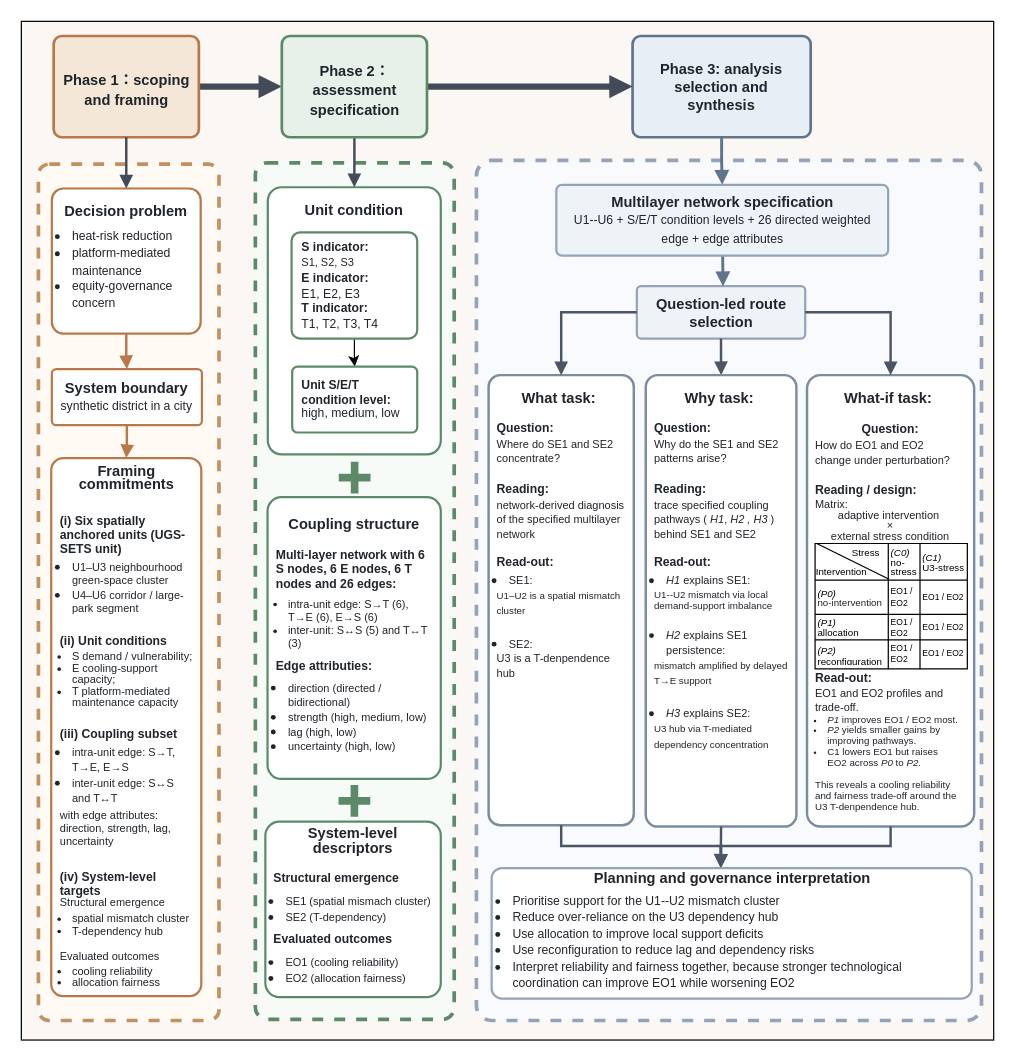
Before: section6.drawio in ZixuanLi317/iodraw-files, a draw.io diagram. Source tidied: cells renumbered, new cells numbered last; positions are measured from the earlier drawing's top-left corner, leaving out a move shared by most shapes. Both pictures are drawn from the tidied source at 122%, with x=0, y=0 at pixel (21, 21).
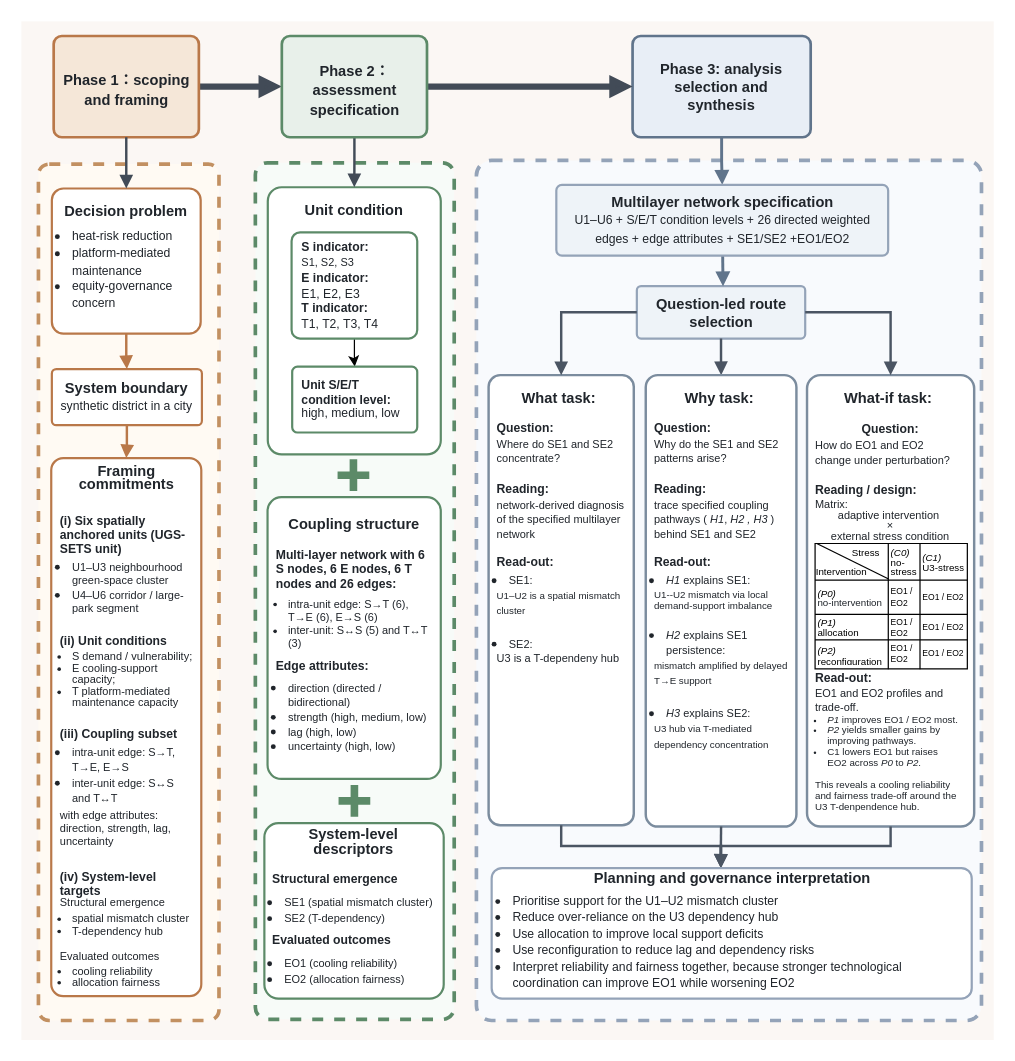
The same diagram, later.

The edit, as a diff of the source:
```diff
@@
-    <mxCell id="2" style="whiteSpace=wrap;html=1;fillColor=#fbf7f4;strokeColor=#000000;strokeWidth=1;fontSize=16;fontColor=#20252b;fontStyle=0;fontFamily=Helvetica;align=center;verticalAlign=middle;spacing=8;rounded=0;" parent="1" vertex="1">
+    <mxCell id="2" style="whiteSpace=wrap;html=1;fillColor=#fbf7f4;strokeColor=none;strokeWidth=1;fontSize=16;fontColor=#20252b;fontStyle=0;fontFamily=Helvetica;align=center;verticalAlign=middle;spacing=8;rounded=0;" parent="1" vertex="1">
       <mxGeometry width="797" height="835" as="geometry" />
     </mxCell>
@@
-    <mxCell id="14" value="&lt;div style=&quot;line-height: 100%;&quot;&gt;&lt;div style=&quot;margin-bottom: 0px;&quot;&gt;&lt;b&gt;Coupling structure&lt;/b&gt;&lt;/div&gt;&lt;div style=&quot;margin-bottom: 0px;&quot;&gt;&lt;b&gt;&lt;br&gt;&lt;/b&gt;&lt;div style=&quot;text-align: left; margin-bottom: 6px;&quot;&gt;&lt;span style=&quot;font-size: 10px; background-color: transparent; color: light-dark(rgb(32, 37, 43), rgb(201, 206, 211)); line-height: 100%;&quot;&gt;&lt;b&gt;Multi-layer network with 6 S nodes, 6 E nodes, 6 T nodes and 26 edges:&lt;/b&gt;&lt;/span&gt;&lt;/div&gt;&lt;font style=&quot;line-height: 100%; font-size: 9px;&quot;&gt;&lt;div style=&quot;text-align: left;&quot;&gt;&lt;ul style=&quot;padding-left: 10px; margin-top: 6px; margin-bottom: 6px; line-height: 120%;&quot;&gt;&lt;li style=&quot;&quot;&gt;&lt;span style=&quot;background-color: transparent; color: light-dark(rgb(32, 37, 43), rgb(201, 206, 211));&quot;&gt;intra-unit edge: S→T (6), T→E (6), E→S (6)&lt;/span&gt;&lt;/li&gt;&lt;li style=&quot;&quot;&gt;&lt;span style=&quot;background-color: transparent; color: light-dark(rgb(32, 37, 43), rgb(201, 206, 211));&quot;&gt;inter-unit: S↔S (5) and T↔T (3)&lt;/span&gt;&lt;/li&gt;&lt;/ul&gt;&lt;/div&gt;&lt;/font&gt;&lt;/div&gt;&lt;div style=&quot;text-align: left;&quot;&gt;&lt;font style=&quot;font-size: 10px; line-height: 100%;&quot;&gt;&lt;b&gt;Edge attributies:&lt;/b&gt;&lt;/font&gt;&lt;/div&gt;&lt;div style=&quot;text-align: left;&quot;&gt;&lt;ul style=&quot;padding-left: 10px; margin-top: 6px; margin-bottom: 6px;&quot;&gt;&lt;li&gt;&lt;font style=&quot;line-height: 100%; font-size: 9px;&quot;&gt;direction (directed / bidirectional)&lt;/font&gt;&lt;/li&gt;&lt;li&gt;&lt;font style=&quot;line-height: 100%; font-size: 9px;&quot;&gt;&lt;font&gt;strength (&lt;/font&gt;&lt;span style=&quot;background-color: transparent; color: light-dark(rgb(32, 37, 43), rgb(201, 206, 211));&quot;&gt;high, medium, low&lt;/span&gt;&lt;span style=&quot;background-color: transparent; color: light-dark(rgb(32, 37, 43), rgb(201, 206, 211));&quot;&gt;)&lt;/span&gt;&lt;/font&gt;&lt;/li&gt;&lt;li&gt;&lt;font style=&quot;line-height: 100%; font-size: 9px;&quot;&gt;&lt;font&gt;lag (&lt;/font&gt;&lt;span style=&quot;background-color: transparent; color: light-dark(rgb(32, 37, 43), rgb(201, 206, 211));&quot;&gt;high, low&lt;/span&gt;&lt;span style=&quot;background-color: transparent; color: light-dark(rgb(32, 37, 43), rgb(201, 206, 211));&quot;&gt;)&lt;/span&gt;&lt;/font&gt;&lt;/li&gt;&lt;li&gt;&lt;font style=&quot;line-height: 100%; font-size: 9px;&quot;&gt;&lt;font style=&quot;&quot;&gt;uncertainty (&lt;/font&gt;&lt;span style=&quot;background-color: transparent; color: light-dark(rgb(32, 37, 43), rgb(201, 206, 211));&quot;&gt;high, low&lt;/span&gt;&lt;span style=&quot;background-color: transparent; color: light-dark(rgb(32, 37, 43), rgb(201, 206, 211));&quot;&gt;)&lt;/span&gt;&lt;/font&gt;&lt;/li&gt;&lt;/ul&gt;&lt;/div&gt;&lt;/div&gt;" style="whiteSpace=wrap;html=1;fillColor=#ffffff;strokeColor=#5c8a68;strokeWidth=1.8;fontSize=12;fontColor=#20252b;fontStyle=0;fontFamily=Helvetica;align=center;verticalAlign=middle;spacing=8;rounded=1;arcSize=8;" parent="1" vertex="1">
+    <mxCell id="14" value="&lt;div style=&quot;line-height: 100%;&quot;&gt;&lt;div style=&quot;margin-bottom: 0px;&quot;&gt;&lt;b&gt;Coupling structure&lt;/b&gt;&lt;/div&gt;&lt;div style=&quot;margin-bottom: 0px;&quot;&gt;&lt;b&gt;&lt;br&gt;&lt;/b&gt;&lt;div style=&quot;text-align: left; margin-bottom: 6px;&quot;&gt;&lt;span style=&quot;font-size: 10px; background-color: transparent; color: light-dark(rgb(32, 37, 43), rgb(201, 206, 211)); line-height: 100%;&quot;&gt;&lt;b&gt;Multi-layer network with 6 S nodes, 6 E nodes, 6 T nodes and 26 edges:&lt;/b&gt;&lt;/span&gt;&lt;/div&gt;&lt;font style=&quot;line-height: 100%; font-size: 9px;&quot;&gt;&lt;div style=&quot;text-align: left;&quot;&gt;&lt;ul style=&quot;padding-left: 10px; margin-top: 6px; margin-bottom: 6px; line-height: 120%;&quot;&gt;&lt;li style=&quot;&quot;&gt;&lt;span style=&quot;background-color: transparent; color: light-dark(rgb(32, 37, 43), rgb(201, 206, 211));&quot;&gt;intra-unit edge: S→T (6), T→E (6), E→S (6)&lt;/span&gt;&lt;/li&gt;&lt;li style=&quot;&quot;&gt;&lt;span style=&quot;background-color: transparent; color: light-dark(rgb(32, 37, 43), rgb(201, 206, 211));&quot;&gt;inter-unit: S↔S (5) and T↔T (3)&lt;/span&gt;&lt;/li&gt;&lt;/ul&gt;&lt;/div&gt;&lt;/font&gt;&lt;/div&gt;&lt;div style=&quot;text-align: left;&quot;&gt;&lt;font style=&quot;font-size: 10px; line-height: 100%;&quot;&gt;&lt;b&gt;Edge attributes:&lt;/b&gt;&lt;/font&gt;&lt;/div&gt;&lt;div style=&quot;text-align: left;&quot;&gt;&lt;ul style=&quot;padding-left: 10px; margin-top: 6px; margin-bottom: 6px;&quot;&gt;&lt;li&gt;&lt;font style=&quot;line-height: 100%; font-size: 9px;&quot;&gt;direction (directed / bidirectional)&lt;/font&gt;&lt;/li&gt;&lt;li&gt;&lt;font style=&quot;line-height: 100%; font-size: 9px;&quot;&gt;&lt;font&gt;strength (&lt;/font&gt;&lt;span style=&quot;background-color: transparent; color: light-dark(rgb(32, 37, 43), rgb(201, 206, 211));&quot;&gt;high, medium, low&lt;/span&gt;&lt;span style=&quot;background-color: transparent; color: light-dark(rgb(32, 37, 43), rgb(201, 206, 211));&quot;&gt;)&lt;/span&gt;&lt;/font&gt;&lt;/li&gt;&lt;li&gt;&lt;font style=&quot;line-height: 100%; font-size: 9px;&quot;&gt;&lt;font&gt;lag (&lt;/font&gt;&lt;span style=&quot;background-color: transparent; color: light-dark(rgb(32, 37, 43), rgb(201, 206, 211));&quot;&gt;high, low&lt;/span&gt;&lt;span style=&quot;background-color: transparent; color: light-dark(rgb(32, 37, 43), rgb(201, 206, 211));&quot;&gt;)&lt;/span&gt;&lt;/font&gt;&lt;/li&gt;&lt;li&gt;&lt;font style=&quot;line-height: 100%; font-size: 9px;&quot;&gt;&lt;font style=&quot;&quot;&gt;uncertainty (&lt;/font&gt;&lt;span style=&quot;background-color: transparent; color: light-dark(rgb(32, 37, 43), rgb(201, 206, 211));&quot;&gt;high, low&lt;/span&gt;&lt;span style=&quot;background-color: transparent; color: light-dark(rgb(32, 37, 43), rgb(201, 206, 211));&quot;&gt;)&lt;/span&gt;&lt;/font&gt;&lt;/li&gt;&lt;/ul&gt;&lt;/div&gt;&lt;/div&gt;" style="whiteSpace=wrap;html=1;fillColor=#ffffff;strokeColor=#5c8a68;strokeWidth=1.8;fontSize=12;fontColor=#20252b;fontStyle=0;fontFamily=Helvetica;align=center;verticalAlign=middle;spacing=8;rounded=1;arcSize=8;" parent="1" vertex="1">
       <mxGeometry x="201.8" y="390" width="142" height="231" as="geometry" />
     </mxCell>
@@
-    <mxCell id="19" value="&lt;div style=&quot;line-height: 100%;&quot;&gt;&lt;div style=&quot;margin-bottom: 0px;&quot;&gt;&lt;b&gt;System-level descriptors&lt;/b&gt;&lt;/div&gt;&lt;div style=&quot;margin-bottom: 0px;&quot;&gt;&lt;b&gt;&lt;br&gt;&lt;/b&gt;&lt;div style=&quot;text-align: left; margin-bottom: 6px;&quot;&gt;&lt;div&gt;&lt;span style=&quot;font-size: 10px; background-color: transparent; color: light-dark(rgb(32, 37, 43), rgb(201, 206, 211));&quot;&gt;&lt;b&gt;Structural emergence&lt;/b&gt;&lt;/span&gt;&lt;/div&gt;&lt;div&gt;&lt;ul style=&quot;padding-left: 10px; margin-right: 0px; margin-top: 6px; margin-bottom: 6px;&quot;&gt;&lt;li&gt;&lt;span style=&quot;background-color: transparent; color: light-dark(rgb(32, 37, 43), rgb(201, 206, 211));&quot;&gt;&lt;font style=&quot;font-size: 9px;&quot;&gt;SE1 (spatial mismach cluster)&lt;/font&gt;&lt;/span&gt;&lt;/li&gt;&lt;li&gt;&lt;font style=&quot;font-size: 9px;&quot;&gt;SE2 (T-dependency)&lt;/font&gt;&lt;/li&gt;&lt;/ul&gt;&lt;/div&gt;&lt;font style=&quot;text-align: center;&quot;&gt;&lt;div style=&quot;font-size: 10px; text-align: left;&quot;&gt;&lt;span style=&quot;background-color: transparent; color: light-dark(rgb(32, 37, 43), rgb(201, 206, 211));&quot;&gt;&lt;b&gt;Evaluated outcomes&lt;/b&gt;&lt;/span&gt;&lt;/div&gt;&lt;div style=&quot;text-align: left;&quot;&gt;&lt;ul style=&quot;padding-left: 10px; margin-top: 6px; margin-bottom: 6px;&quot;&gt;&lt;li style=&quot;&quot;&gt;&lt;font style=&quot;font-size: 9px;&quot;&gt;EO1 (cooling reliability)&lt;/font&gt;&lt;/li&gt;&lt;li style=&quot;&quot;&gt;&lt;span style=&quot;background-color: transparent; color: light-dark(rgb(32, 37, 43), rgb(201, 206, 211));&quot;&gt;&lt;font style=&quot;font-size: 9px;&quot;&gt;EO2 (allocation fairness)&lt;/font&gt;&lt;/span&gt;&lt;/li&gt;&lt;/ul&gt;&lt;/div&gt;&lt;/font&gt;&lt;/div&gt;&lt;/div&gt;&lt;/div&gt;" style="whiteSpace=wrap;html=1;fillColor=#ffffff;strokeColor=#5c8a68;strokeWidth=1.8;fontSize=12;fontColor=#20252b;fontStyle=0;fontFamily=Helvetica;align=center;verticalAlign=middle;spacing=8;rounded=1;arcSize=8;" parent="1" vertex="1">
-      <mxGeometry x="200" y="656" width="143.8" height="143.8" as="geometry" />
+    <mxCell id="19" value="&lt;div style=&quot;line-height: 100%;&quot;&gt;&lt;div style=&quot;margin-bottom: 0px;&quot;&gt;&lt;b&gt;System-level descriptors&lt;/b&gt;&lt;/div&gt;&lt;div style=&quot;margin-bottom: 0px;&quot;&gt;&lt;b&gt;&lt;br&gt;&lt;/b&gt;&lt;div style=&quot;text-align: left; margin-bottom: 6px;&quot;&gt;&lt;div&gt;&lt;span style=&quot;font-size: 10px; background-color: transparent; color: light-dark(rgb(32, 37, 43), rgb(201, 206, 211));&quot;&gt;&lt;b&gt;Structural emergence&lt;/b&gt;&lt;/span&gt;&lt;/div&gt;&lt;div&gt;&lt;ul style=&quot;padding-left: 10px; margin-right: 0px; margin-top: 6px; margin-bottom: 6px;&quot;&gt;&lt;li&gt;&lt;span style=&quot;background-color: transparent; color: light-dark(rgb(32, 37, 43), rgb(201, 206, 211));&quot;&gt;&lt;font style=&quot;font-size: 9px;&quot;&gt;SE1 (spatial mismatch cluster)&lt;/font&gt;&lt;/span&gt;&lt;/li&gt;&lt;li&gt;&lt;font style=&quot;font-size: 9px;&quot;&gt;SE2 (T-dependency)&lt;/font&gt;&lt;/li&gt;&lt;/ul&gt;&lt;/div&gt;&lt;font style=&quot;text-align: center;&quot;&gt;&lt;div style=&quot;font-size: 10px; text-align: left;&quot;&gt;&lt;span style=&quot;background-color: transparent; color: light-dark(rgb(32, 37, 43), rgb(201, 206, 211));&quot;&gt;&lt;b&gt;Evaluated outcomes&lt;/b&gt;&lt;/span&gt;&lt;/div&gt;&lt;div style=&quot;text-align: left;&quot;&gt;&lt;ul style=&quot;padding-left: 10px; margin-top: 6px; margin-bottom: 6px;&quot;&gt;&lt;li style=&quot;&quot;&gt;&lt;font style=&quot;font-size: 9px;&quot;&gt;EO1 (cooling reliability)&lt;/font&gt;&lt;/li&gt;&lt;li style=&quot;&quot;&gt;&lt;span style=&quot;background-color: transparent; color: light-dark(rgb(32, 37, 43), rgb(201, 206, 211));&quot;&gt;&lt;font style=&quot;font-size: 9px;&quot;&gt;EO2 (allocation fairness)&lt;/font&gt;&lt;/span&gt;&lt;/li&gt;&lt;/ul&gt;&lt;/div&gt;&lt;/font&gt;&lt;/div&gt;&lt;/div&gt;&lt;/div&gt;" style="whiteSpace=wrap;html=1;fillColor=#ffffff;strokeColor=#5c8a68;strokeWidth=1.8;fontSize=12;fontColor=#20252b;fontStyle=0;fontFamily=Helvetica;align=center;verticalAlign=middle;spacing=8;rounded=1;arcSize=8;" parent="1" vertex="1">
+      <mxGeometry x="199.2" y="657.2" width="147" height="143.8" as="geometry" />
     </mxCell>
@@
-    <mxCell id="24" value="&lt;div style=&quot;line-height: 102%;&quot;&gt;&lt;b&gt;What task:&amp;nbsp;&lt;/b&gt;&lt;br&gt;&lt;div style=&quot;text-align: left;&quot;&gt;&lt;br&gt;&lt;/div&gt;&lt;div style=&quot;text-align: left;&quot;&gt;&lt;b style=&quot;font-size: 10px; background-color: transparent; color: light-dark(rgb(32, 37, 43), rgb(201, 206, 211)); line-height: 102%;&quot;&gt;Question:&lt;/b&gt;&lt;/div&gt;&lt;div style=&quot;text-align: left;&quot;&gt;&lt;font style=&quot;font-size: 9px; line-height: 102%;&quot;&gt;Where do SE1 and SE2 concentrate?&lt;/font&gt;&lt;/div&gt;&lt;font&gt;&lt;div style=&quot;text-align: left;&quot;&gt;&lt;b style=&quot;font-size: 10px; background-color: transparent; color: light-dark(rgb(32, 37, 43), rgb(201, 206, 211));&quot;&gt;&lt;br&gt;&lt;/b&gt;&lt;/div&gt;&lt;div style=&quot;text-align: left;&quot;&gt;&lt;b style=&quot;font-size: 10px; background-color: transparent; color: light-dark(rgb(32, 37, 43), rgb(201, 206, 211)); line-height: 102%;&quot;&gt;Reading:&lt;/b&gt;&lt;span style=&quot;font-size: 10px; background-color: transparent; color: light-dark(rgb(32, 37, 43), rgb(201, 206, 211)); line-height: 102%;&quot;&gt;&amp;nbsp;&lt;/span&gt;&lt;/div&gt;&lt;div style=&quot;text-align: left;&quot;&gt;&lt;div&gt;&lt;font style=&quot;font-size: 9px; line-height: 102%;&quot;&gt;network-derived diagnosis&lt;/font&gt;&lt;/div&gt;&lt;div&gt;&lt;font style=&quot;font-size: 9px; line-height: 102%;&quot;&gt;of the specified multilayer network&lt;/font&gt;&lt;/div&gt;&lt;/div&gt;&lt;div style=&quot;font-size: 10px; text-align: left;&quot;&gt;&lt;b&gt;&lt;br&gt;&lt;/b&gt;&lt;/div&gt;&lt;div style=&quot;font-size: 10px; text-align: left; line-height: 102%;&quot;&gt;&lt;b&gt;Read-out:&amp;nbsp;&lt;/b&gt;&lt;/div&gt;&lt;div&gt;&lt;ul style=&quot;padding-left: 10px; margin-top: 3px; margin-bottom: 0px;&quot;&gt;&lt;li style=&quot;text-align: left;&quot;&gt;&lt;font style=&quot;font-size: 9px; line-height: 102%;&quot;&gt;SE1:&lt;/font&gt;&lt;span style=&quot;font-size: 10px; line-height: 102%;&quot;&gt;&amp;nbsp;&lt;/span&gt;&lt;/li&gt;&lt;/ul&gt;&lt;span style=&quot;background-color: transparent; color: light-dark(rgb(32, 37, 43), rgb(201, 206, 211));&quot;&gt;&lt;div style=&quot;text-align: left;&quot;&gt;&lt;span style=&quot;background-color: transparent; color: light-dark(rgb(32, 37, 43), rgb(201, 206, 211));&quot;&gt;&lt;font style=&quot;line-height: 102%; font-size: 8px;&quot;&gt;U1–U2 is a spatial mismatch cluster&lt;/font&gt;&lt;/span&gt;&lt;/div&gt;&lt;div style=&quot;font-size: 10px; text-align: left;&quot;&gt;&lt;span style=&quot;background-color: transparent; color: light-dark(rgb(32, 37, 43), rgb(201, 206, 211)); line-height: 92%;&quot;&gt;&lt;br&gt;&lt;/span&gt;&lt;/div&gt;&lt;/span&gt;&lt;ul style=&quot;padding-left: 10px; margin-top: 3px; margin-bottom: 0px;&quot;&gt;&lt;li style=&quot;text-align: left;&quot;&gt;&lt;font style=&quot;font-size: 9px; line-height: 102%;&quot;&gt;SE2:&amp;nbsp;&lt;/font&gt;&lt;/li&gt;&lt;/ul&gt;&lt;span style=&quot;background-color: transparent; color: light-dark(rgb(32, 37, 43), rgb(201, 206, 211));&quot;&gt;&lt;div style=&quot;text-align: left;&quot;&gt;&lt;span style=&quot;background-color: transparent; color: light-dark(rgb(32, 37, 43), rgb(201, 206, 211));&quot;&gt;&lt;font style=&quot;font-size: 9px; line-height: 102%;&quot;&gt;U3 is a T-denpendence hub&lt;/font&gt;&lt;/span&gt;&lt;/div&gt;&lt;/span&gt;&lt;/div&gt;&lt;/font&gt;&lt;/div&gt;" style="whiteSpace=wrap;html=1;fillColor=#ffffff;strokeColor=#7b8c9e;strokeWidth=2;fontSize=12;fontColor=#20252b;fontStyle=0;fontFamily=Helvetica;align=center;verticalAlign=top;spacing=8;rounded=1;arcSize=8;" parent="1" vertex="1">
+    <mxCell id="24" value="&lt;div style=&quot;line-height: 102%;&quot;&gt;&lt;b&gt;What task:&amp;nbsp;&lt;/b&gt;&lt;br&gt;&lt;div style=&quot;text-align: left;&quot;&gt;&lt;br&gt;&lt;/div&gt;&lt;div style=&quot;text-align: left;&quot;&gt;&lt;b style=&quot;font-size: 10px; background-color: transparent; color: light-dark(rgb(32, 37, 43), rgb(201, 206, 211)); line-height: 102%;&quot;&gt;Question:&lt;/b&gt;&lt;/div&gt;&lt;div style=&quot;text-align: left;&quot;&gt;&lt;font style=&quot;font-size: 9px; line-height: 102%;&quot;&gt;Where do SE1 and SE2 concentrate?&lt;/font&gt;&lt;/div&gt;&lt;font&gt;&lt;div style=&quot;text-align: left;&quot;&gt;&lt;b style=&quot;font-size: 10px; background-color: transparent; color: light-dark(rgb(32, 37, 43), rgb(201, 206, 211));&quot;&gt;&lt;br&gt;&lt;/b&gt;&lt;/div&gt;&lt;div style=&quot;text-align: left;&quot;&gt;&lt;b style=&quot;font-size: 10px; background-color: transparent; color: light-dark(rgb(32, 37, 43), rgb(201, 206, 211)); line-height: 102%;&quot;&gt;Reading:&lt;/b&gt;&lt;span style=&quot;font-size: 10px; background-color: transparent; color: light-dark(rgb(32, 37, 43), rgb(201, 206, 211)); line-height: 102%;&quot;&gt;&amp;nbsp;&lt;/span&gt;&lt;/div&gt;&lt;div style=&quot;text-align: left;&quot;&gt;&lt;div&gt;&lt;font style=&quot;font-size: 9px; line-height: 102%;&quot;&gt;network-derived diagnosis&lt;/font&gt;&lt;/div&gt;&lt;div&gt;&lt;font style=&quot;font-size: 9px; line-height: 102%;&quot;&gt;of the specified multilayer network&lt;/font&gt;&lt;/div&gt;&lt;/div&gt;&lt;div style=&quot;font-size: 10px; text-align: left;&quot;&gt;&lt;b&gt;&lt;br&gt;&lt;/b&gt;&lt;/div&gt;&lt;div style=&quot;font-size: 10px; text-align: left; line-height: 102%;&quot;&gt;&lt;b&gt;Read-out:&amp;nbsp;&lt;/b&gt;&lt;/div&gt;&lt;div&gt;&lt;ul style=&quot;padding-left: 10px; margin-top: 3px; margin-bottom: 0px;&quot;&gt;&lt;li style=&quot;text-align: left;&quot;&gt;&lt;font style=&quot;font-size: 9px; line-height: 102%;&quot;&gt;SE1:&lt;/font&gt;&lt;span style=&quot;font-size: 10px; line-height: 102%;&quot;&gt;&amp;nbsp;&lt;/span&gt;&lt;/li&gt;&lt;/ul&gt;&lt;span style=&quot;background-color: transparent; color: light-dark(rgb(32, 37, 43), rgb(201, 206, 211));&quot;&gt;&lt;div style=&quot;text-align: left;&quot;&gt;&lt;span style=&quot;background-color: transparent; color: light-dark(rgb(32, 37, 43), rgb(201, 206, 211));&quot;&gt;&lt;font style=&quot;line-height: 102%; font-size: 8px;&quot;&gt;U1–U2 is a spatial mismatch cluster&lt;/font&gt;&lt;/span&gt;&lt;/div&gt;&lt;div style=&quot;font-size: 10px; text-align: left;&quot;&gt;&lt;span style=&quot;background-color: transparent; color: light-dark(rgb(32, 37, 43), rgb(201, 206, 211)); line-height: 92%;&quot;&gt;&lt;br&gt;&lt;/span&gt;&lt;/div&gt;&lt;/span&gt;&lt;ul style=&quot;padding-left: 10px; margin-top: 3px; margin-bottom: 0px;&quot;&gt;&lt;li style=&quot;text-align: left;&quot;&gt;&lt;font style=&quot;font-size: 9px; line-height: 102%;&quot;&gt;SE2:&amp;nbsp;&lt;/font&gt;&lt;/li&gt;&lt;/ul&gt;&lt;span style=&quot;background-color: transparent; color: light-dark(rgb(32, 37, 43), rgb(201, 206, 211));&quot;&gt;&lt;div style=&quot;text-align: left;&quot;&gt;&lt;span style=&quot;background-color: transparent; color: light-dark(rgb(32, 37, 43), rgb(201, 206, 211));&quot;&gt;&lt;font style=&quot;font-size: 9px; line-height: 102%;&quot;&gt;U3 is a T-dependeny hub&lt;/font&gt;&lt;/span&gt;&lt;/div&gt;&lt;/span&gt;&lt;/div&gt;&lt;/font&gt;&lt;/div&gt;" style="whiteSpace=wrap;html=1;fillColor=#ffffff;strokeColor=#7b8c9e;strokeWidth=2;fontSize=12;fontColor=#20252b;fontStyle=0;fontFamily=Helvetica;align=center;verticalAlign=top;spacing=8;rounded=1;arcSize=8;" parent="1" vertex="1">
       <mxGeometry x="383" y="290" width="119" height="369" as="geometry" />
     </mxCell>
@@
-    <mxCell id="35" value="&lt;b&gt;Multilayer network specification&lt;/b&gt;&lt;div&gt;&lt;font style=&quot;font-size: 10px; font-weight: normal;&quot;&gt;U1--U6 + S/E/T condition levels + 26 directed weighted edge + edge attributes&lt;/font&gt;&lt;/div&gt;" style="whiteSpace=wrap;html=1;fillColor=#eef3f8;strokeColor=#94a3b8;strokeWidth=1.8;fontSize=12;fontColor=#20252b;fontStyle=1;fontFamily=Helvetica;align=center;verticalAlign=middle;spacing=8;rounded=1;arcSize=8;" parent="1" vertex="1">
+    <mxCell id="35" value="&lt;b&gt;Multilayer network specification&lt;/b&gt;&lt;div&gt;&lt;font style=&quot;font-size: 10px; font-weight: normal;&quot;&gt;U1–U6 + S/E/T condition levels + 26 directed weighted edges + edge attributes + SE1/SE2 +EO1/EO2&lt;/font&gt;&lt;/div&gt;" style="whiteSpace=wrap;html=1;fillColor=#eef3f8;strokeColor=#94a3b8;strokeWidth=1.8;fontSize=12;fontColor=#20252b;fontStyle=1;fontFamily=Helvetica;align=center;verticalAlign=middle;spacing=8;rounded=1;arcSize=8;" parent="1" vertex="1">
       <mxGeometry x="438.5" y="134" width="272" height="58" as="geometry" />
     </mxCell>
     <mxCell id="36" style="shape=cross;whiteSpace=wrap;html=1;size=0.23976608187134926;rounded=1;strokeColor=none;align=center;verticalAlign=middle;spacing=10;arcSize=10;fontFamily=Helvetica;fontSize=12;fontColor=#20252b;fontStyle=0;fillColor=light-dark(#5c8a68, #121212);" parent="1" vertex="1">
-      <mxGeometry x="260.2" y="361" width="26" height="26" as="geometry" />
+      <mxGeometry x="259.2" y="359" width="26" height="26" as="geometry" />
     </mxCell>
@@
-    <mxCell id="61" value="&lt;div style=&quot;line-height:113%;&quot;&gt;&lt;b&gt;Planning and governance interpretation&lt;/b&gt;&lt;br&gt;&lt;div style=&quot;line-height:113%;&quot;&gt;&lt;ul style=&quot;margin-bottom: 4px; padding-left: 10px; margin-top: 4px;&quot;&gt;&lt;li style=&quot;text-align: left;&quot;&gt;&lt;font style=&quot;font-size: 10px;&quot;&gt;Prioritise support for the U1--U2 mismatch cluster&lt;/font&gt;&lt;/li&gt;&lt;li style=&quot;text-align: left;&quot;&gt;&lt;font style=&quot;font-size: 10px;&quot;&gt;Reduce over-reliance on the U3 dependency hub&lt;/font&gt;&lt;/li&gt;&lt;li style=&quot;text-align: left;&quot;&gt;&lt;span style=&quot;font-size: 10px;&quot;&gt;Use allocation to improve&amp;nbsp;&lt;/span&gt;&lt;font style=&quot;font-size: 10px;&quot;&gt;local support deficits&lt;/font&gt;&lt;/li&gt;&lt;li style=&quot;text-align: left;&quot;&gt;&lt;span style=&quot;font-size: 10px;&quot;&gt;Use reconfiguration to reduce&amp;nbsp;&lt;/span&gt;&lt;font style=&quot;font-size: 10px;&quot;&gt;lag and dependency risks&lt;/font&gt;&lt;/li&gt;&lt;li style=&quot;text-align: left;&quot;&gt;&lt;span style=&quot;font-size: 10px;&quot;&gt;Interpret reliability and fairness&amp;nbsp;&lt;/span&gt;&lt;font style=&quot;font-size: 10px;&quot;&gt;together, because stronger technological coordination can improve EO1 while worsening EO2&lt;/font&gt;&lt;/li&gt;&lt;/ul&gt;&lt;/div&gt;&lt;/div&gt;" style="whiteSpace=wrap;html=1;fillColor=#ffffff;strokeColor=#94a3b8;strokeWidth=1.8;fontSize=12;fontColor=#20252b;fontStyle=0;fontFamily=Helvetica;align=center;verticalAlign=middle;spacing=8;rounded=1;arcSize=8;" parent="1" vertex="1">
+    <mxCell id="61" value="&lt;div style=&quot;line-height:113%;&quot;&gt;&lt;b&gt;Planning and governance interpretation&lt;/b&gt;&lt;br&gt;&lt;div style=&quot;line-height:113%;&quot;&gt;&lt;ul style=&quot;margin-bottom: 4px; padding-left: 10px; margin-top: 4px;&quot;&gt;&lt;li style=&quot;text-align: left;&quot;&gt;&lt;font style=&quot;font-size: 10px;&quot;&gt;Prioritise support for the U1–U2 mismatch cluster&lt;/font&gt;&lt;/li&gt;&lt;li style=&quot;text-align: left;&quot;&gt;&lt;font style=&quot;font-size: 10px;&quot;&gt;Reduce over-reliance on the U3 dependency hub&lt;/font&gt;&lt;/li&gt;&lt;li style=&quot;text-align: left;&quot;&gt;&lt;span style=&quot;font-size: 10px;&quot;&gt;Use allocation to improve&amp;nbsp;&lt;/span&gt;&lt;font style=&quot;font-size: 10px;&quot;&gt;local support deficits&lt;/font&gt;&lt;/li&gt;&lt;li style=&quot;text-align: left;&quot;&gt;&lt;span style=&quot;font-size: 10px;&quot;&gt;Use reconfiguration to reduce&amp;nbsp;&lt;/span&gt;&lt;font style=&quot;font-size: 10px;&quot;&gt;lag and dependency risks&lt;/font&gt;&lt;/li&gt;&lt;li style=&quot;text-align: left;&quot;&gt;&lt;span style=&quot;font-size: 10px;&quot;&gt;Interpret reliability and fairness&amp;nbsp;&lt;/span&gt;&lt;font style=&quot;font-size: 10px;&quot;&gt;together, because stronger technological coordination can improve EO1 while worsening EO2&lt;/font&gt;&lt;/li&gt;&lt;/ul&gt;&lt;/div&gt;&lt;/div&gt;" style="whiteSpace=wrap;html=1;fillColor=#ffffff;strokeColor=#94a3b8;strokeWidth=1.8;fontSize=12;fontColor=#20252b;fontStyle=0;fontFamily=Helvetica;align=center;verticalAlign=middle;spacing=8;rounded=1;arcSize=8;" parent="1" vertex="1">
       <mxGeometry x="385.5" y="694" width="393.5" height="107" as="geometry" />
     </mxCell>
```
